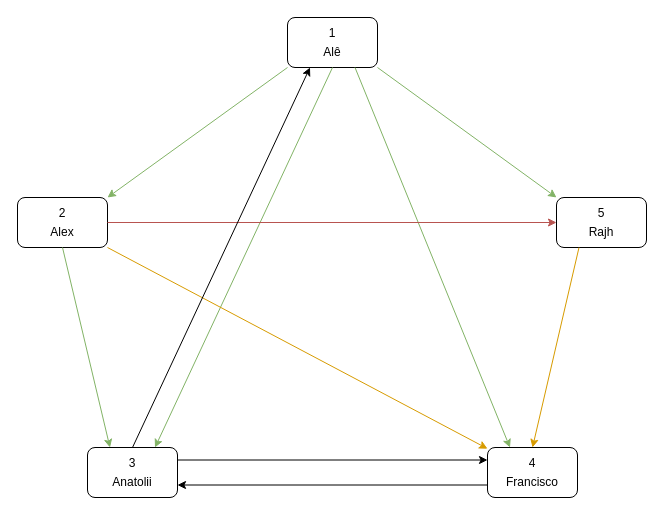
The draw.io diagram Database/Postgres/docs/Dummy-Data-User.drawio in rajh-phuyal/42Transcendence, before the edit. Source tidied: cells renumbered, new cells numbered last; positions are measured from the earlier drawing's top-left corner, leaving out a move shared by most shapes. Both pictures are drawn from the tidied source at 100%, with x=0, y=0 at pixel (17, 17).
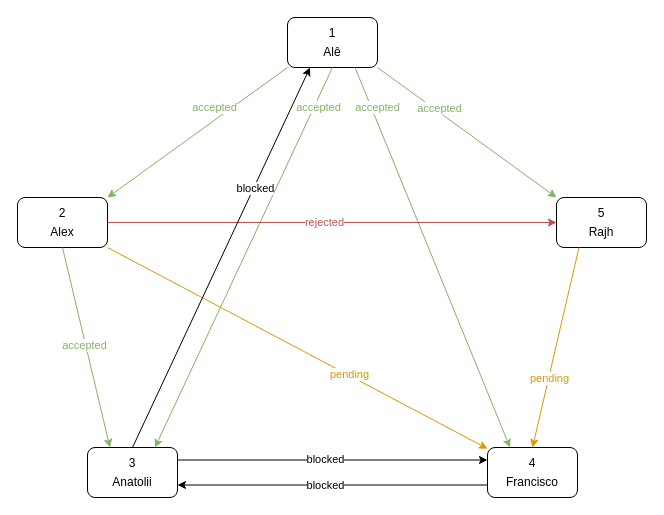
The same diagram, later.

Unchanged cells that the change refers to:
```xml
<mxCell id="7" style="endArrow=classic;html=1;rounded=0;entryX=1;entryY=0;entryDx=0;entryDy=0;fillColor=#d5e8d4;strokeColor=#82b366;exitX=0;exitY=1;exitDx=0;exitDy=0;" parent="1" edge="1" source="4" target="2">
  <mxGeometry relative="1" as="geometry" />
</mxCell>
<mxCell id="8" style="endArrow=classic;html=1;rounded=0;fillColor=#d5e8d4;strokeColor=#82b366;exitX=0.5;exitY=1;exitDx=0;exitDy=0;entryX=0.75;entryY=0;entryDx=0;entryDy=0;" parent="1" edge="1" source="4" target="3">
  <mxGeometry relative="1" as="geometry" />
</mxCell>
<mxCell id="9" style="endArrow=classic;html=1;rounded=0;fillColor=#d5e8d4;strokeColor=#82b366;exitX=0.75;exitY=1;exitDx=0;exitDy=0;entryX=0.25;entryY=0;entryDx=0;entryDy=0;" parent="1" edge="1" source="4" target="5">
  <mxGeometry relative="1" as="geometry" />
</mxCell>
<mxCell id="10" style="endArrow=classic;html=1;rounded=0;entryX=0;entryY=0;entryDx=0;entryDy=0;fillColor=#d5e8d4;strokeColor=#82b366;exitX=1;exitY=1;exitDx=0;exitDy=0;" parent="1" edge="1" source="4" target="6">
  <mxGeometry relative="1" as="geometry" />
</mxCell>
<mxCell id="11" style="endArrow=classic;html=1;rounded=0;entryX=0.25;entryY=0;entryDx=0;entryDy=0;fillColor=#d5e8d4;strokeColor=#82b366;exitX=0.5;exitY=1;exitDx=0;exitDy=0;" parent="1" edge="1" source="2" target="3">
  <mxGeometry relative="1" as="geometry" />
</mxCell>
<mxCell id="12" style="endArrow=classic;html=1;rounded=0;fillColor=#ffe6cc;strokeColor=#d79b00;exitX=1;exitY=1;exitDx=0;exitDy=0;" parent="1" edge="1" source="2" target="5">
  <mxGeometry relative="1" as="geometry" />
</mxCell>
<mxCell id="13" style="endArrow=classic;html=1;rounded=0;fillColor=#f8cecc;strokeColor=#b85450;exitX=1;exitY=0.5;exitDx=0;exitDy=0;" parent="1" edge="1" source="2" target="6">
  <mxGeometry relative="1" as="geometry" />
</mxCell>
<mxCell id="15" style="endArrow=classic;html=1;rounded=0;exitX=0.5;exitY=0;exitDx=0;exitDy=0;entryX=0.25;entryY=1;entryDx=0;entryDy=0;" parent="1" edge="1" source="3" target="4">
  <mxGeometry relative="1" as="geometry" />
</mxCell>
```

Change to the diagram source:
```diff
@@
+    <mxCell id="18" value="accepted" style="edgeLabel;html=1;align=center;verticalAlign=middle;fontColor=#82b366;" parent="7" vertex="1">
+      <mxGeometry x="-0.17" relative="1" as="geometry">
+        <mxPoint x="1" y="-14" as="offset" />
+      </mxGeometry>
+    </mxCell>
@@
+    <mxCell id="19" value="&lt;span style=&quot;color: rgb(130, 179, 102);&quot;&gt;accepted&lt;/span&gt;" style="edgeLabel;html=1;align=center;verticalAlign=middle;" parent="8" vertex="1">
+      <mxGeometry x="-0.64" relative="1" as="geometry">
+        <mxPoint x="17" y="-28" as="offset" />
+      </mxGeometry>
+    </mxCell>
@@
+    <mxCell id="20" value="&lt;span style=&quot;color: rgb(130, 179, 102);&quot;&gt;accepted&lt;/span&gt;" style="edgeLabel;html=1;align=center;verticalAlign=middle;" parent="9" vertex="1">
+      <mxGeometry x="-0.52" y="-2" relative="1" as="geometry">
+        <mxPoint x="-13" y="-52" as="offset" />
+      </mxGeometry>
+    </mxCell>
@@
+    <mxCell id="21" value="&lt;span style=&quot;color: rgb(130, 179, 102);&quot;&gt;accepted&lt;/span&gt;" style="edgeLabel;html=1;align=center;verticalAlign=middle;" parent="10" vertex="1">
+      <mxGeometry x="-0.32" y="2" relative="1" as="geometry">
+        <mxPoint y="-2" as="offset" />
+      </mxGeometry>
+    </mxCell>
@@
+    <mxCell id="22" value="&lt;span style=&quot;color: rgb(130, 179, 102);&quot;&gt;accepted&lt;/span&gt;" style="edgeLabel;html=1;align=center;verticalAlign=middle;" parent="11" vertex="1">
+      <mxGeometry x="-0.03" y="-2" relative="1" as="geometry" />
+    </mxCell>
@@
+    <mxCell id="23" value="pending" style="edgeLabel;html=1;align=center;verticalAlign=middle;fontColor=#d79b00;" parent="12" vertex="1">
+      <mxGeometry x="0.27" y="1" relative="1" as="geometry" />
+    </mxCell>
@@
+    <mxCell id="24" value="&lt;font color=&quot;#b85450&quot;&gt;rejected&lt;/font&gt;" style="edgeLabel;html=1;align=center;verticalAlign=middle;" parent="13" vertex="1">
+      <mxGeometry x="-0.09" y="-1" relative="1" as="geometry">
+        <mxPoint x="12" y="-2" as="offset" />
+      </mxGeometry>
+    </mxCell>
@@
+    <mxCell id="25" value="blocked" style="edgeLabel;html=1;align=center;verticalAlign=middle;" parent="15" vertex="1">
+      <mxGeometry x="0.37" y="-1" relative="1" as="geometry" />
+    </mxCell>
@@
+    <mxCell id="26" value="pending" style="edgeLabel;html=1;align=center;verticalAlign=middle;fontColor=#d79b00;" parent="1" vertex="1">
+      <mxGeometry x="531" y="360" as="geometry" />
+    </mxCell>
+    <mxCell id="27" value="blocked" style="edgeLabel;html=1;align=center;verticalAlign=middle;" parent="1" vertex="1">
+      <mxGeometry x="277" y="247" as="geometry">
+        <mxPoint x="30" y="220" as="offset" />
+      </mxGeometry>
+    </mxCell>
+    <mxCell id="28" value="blocked" style="edgeLabel;html=1;align=center;verticalAlign=middle;" parent="1" vertex="1">
+      <mxGeometry x="307" y="441" as="geometry" />
+    </mxCell>
```
